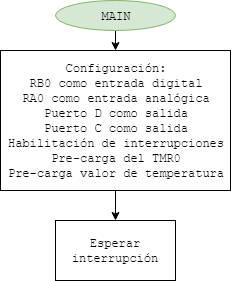
Before: TPFinal/Diagramas/Main.png, a diagram exported from draw.io (tomasspi/EDII). Source tidied: cells renumbered, new cells last; positions are measured from the earlier drawing's top-left corner, leaving out a move shared by most shapes.
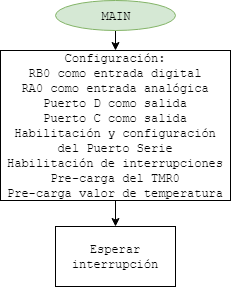
The same diagram one commit later.

Diff of the diagram source:
```diff
@@ -11,11 +11,11 @@
     <mxCell id="4" style="edgeStyle=orthogonalEdgeStyle;rounded=0;jettySize=auto;html=1;exitX=0.5;exitY=1;exitDx=0;exitDy=0;entryX=0.5;entryY=0;entryDx=0;entryDy=0;" parent="1" edge="1" source="5" target="6">
       <mxGeometry relative="1" as="geometry" />
     </mxCell>
-    <mxCell id="5" value="&lt;font face=&quot;Courier New&quot;&gt;Configuración:&lt;br&gt;RB0 como entrada digital&lt;br&gt;RA0 como entrada analógica&lt;br&gt;Puerto D como salida&lt;br&gt;Puerto C como salida&lt;br&gt;Habilitación de interrupciones&lt;br&gt;Pre-carga del TMR0&lt;br&gt;Pre-carga valor de temperatura&lt;/font&gt;&lt;br&gt;" style="rounded=0;whiteSpace=wrap;html=1;" parent="1" vertex="1">
-      <mxGeometry y="50" width="230" height="140" as="geometry" />
+    <mxCell id="5" value="&lt;font face=&quot;Courier New&quot;&gt;Configuración:&lt;br&gt;RB0 como entrada digital&lt;br&gt;RA0 como entrada analógica&lt;br&gt;Puerto D como salida&lt;br&gt;Puerto C como salida&lt;br&gt;Habilitación y configuración del Puerto Serie&lt;br&gt;Habilitación de interrupciones&lt;br&gt;Pre-carga del TMR0&lt;br&gt;Pre-carga valor de temperatura&lt;/font&gt;&lt;br&gt;" style="rounded=0;whiteSpace=wrap;html=1;" parent="1" vertex="1">
+      <mxGeometry y="50" width="230" height="150" as="geometry" />
     </mxCell>
     <mxCell id="6" value="&lt;font face=&quot;Courier New&quot;&gt;Esperar interrupción&lt;/font&gt;" style="rounded=0;whiteSpace=wrap;html=1;" parent="1" vertex="1">
-      <mxGeometry x="55" y="220" width="120" height="60" as="geometry" />
+      <mxGeometry x="55" y="226" width="120" height="60" as="geometry" />
     </mxCell>
   </root>
 </mxGraphModel>
```
